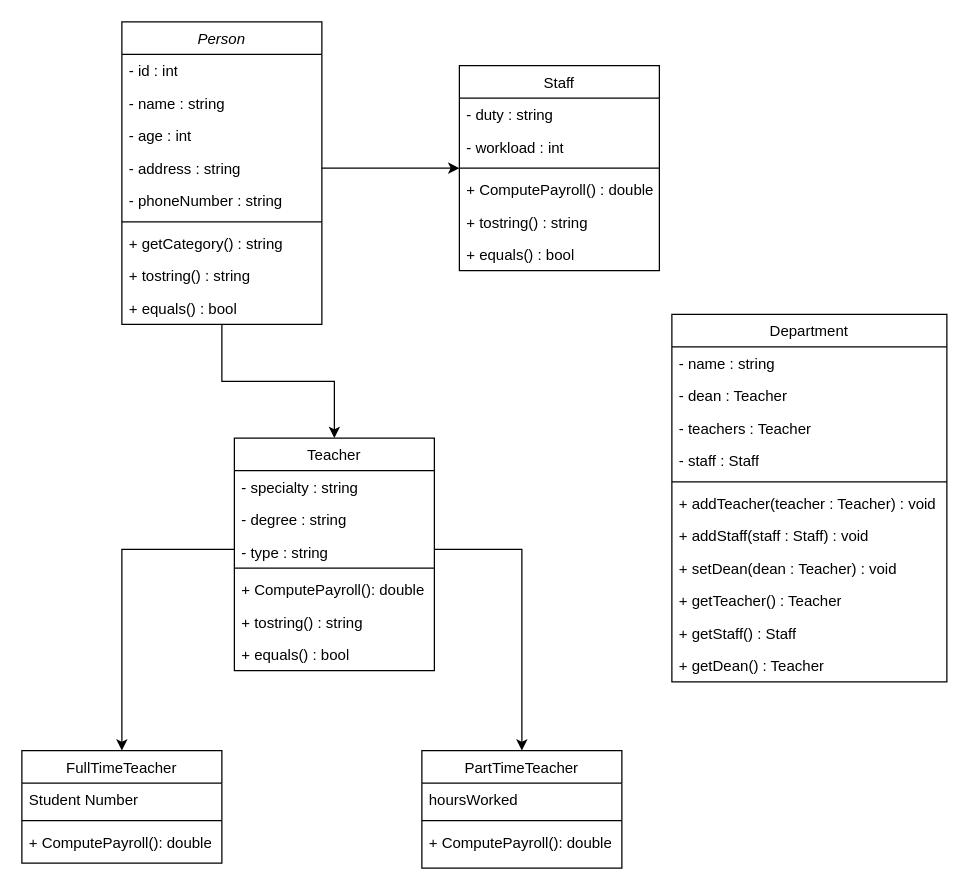
This is UML Diagram.drawio from WilliamAbrokwah/GitHub-Test, a draw.io file, before an edit. Source tidied: cells renumbered, new cells numbered last; positions are measured from the earlier drawing's top-left corner, leaving out a move shared by most shapes. Both pictures are drawn from the tidied source at 125%, with x=0, y=0 at pixel (21, 21).
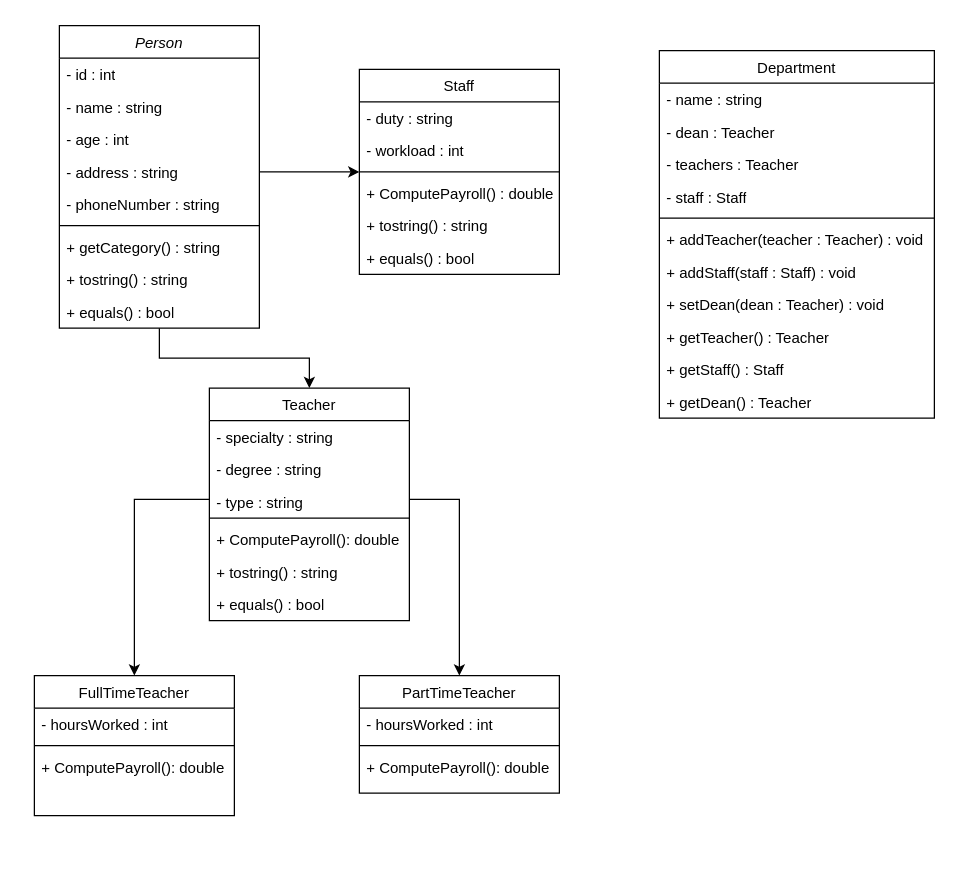
The same page after the edit.

What changed in the source:
```diff
@@
     <mxCell id="3" value="Person" style="swimlane;fontStyle=2;align=center;verticalAlign=top;horizontal=1;startSize=26;rounded=0;shadow=0;strokeWidth=1;" parent="1" vertex="1">
-      <mxGeometry x="80" width="160" height="242" as="geometry" />
+      <mxGeometry x="30" y="3" width="160" height="242" as="geometry" />
     </mxCell>
@@
     <mxCell id="13" value="Teacher" style="swimlane;fontStyle=0;align=center;verticalAlign=top;horizontal=1;startSize=26;rounded=0;shadow=0;strokeWidth=1;" parent="1" vertex="1">
-      <mxGeometry x="170" y="333" width="160" height="186" as="geometry" />
+      <mxGeometry x="150" y="293" width="160" height="186" as="geometry" />
     </mxCell>
@@
     <mxCell id="21" value="Staff" style="swimlane;fontStyle=0;align=center;verticalAlign=top;horizontal=1;startSize=26;rounded=0;shadow=0;strokeWidth=1;" parent="1" vertex="1">
-      <mxGeometry x="350" y="35" width="160" height="164" as="geometry" />
+      <mxGeometry x="270" y="38" width="160" height="164" as="geometry" />
     </mxCell>
@@
     <mxCell id="28" value="Department" style="swimlane;fontStyle=0;align=center;verticalAlign=top;horizontal=1;startSize=26;rounded=0;shadow=0;strokeWidth=1;" parent="1" vertex="1">
-      <mxGeometry x="520" y="234" width="220" height="294" as="geometry" />
+      <mxGeometry x="510" y="23" width="220" height="294" as="geometry" />
     </mxCell>
@@
     <mxCell id="40" value="FullTimeTeacher" style="swimlane;fontStyle=0;align=center;verticalAlign=top;horizontal=1;startSize=26;rounded=0;shadow=0;strokeWidth=1;" parent="1" vertex="1">
-      <mxGeometry y="583" width="160" height="90" as="geometry" />
+      <mxGeometry x="10" y="523" width="160" height="112" as="geometry" />
     </mxCell>
-    <mxCell id="41" value="Student Number" style="text;align=left;verticalAlign=top;spacingLeft=4;spacingRight=4;overflow=hidden;" parent="40" vertex="1">
-      <mxGeometry y="26" width="160" height="26" as="geometry" />
-    </mxCell>
+    <mxCell id="51" value="- hoursWorked : int" style="text;align=left;verticalAlign=top;spacingLeft=4;spacingRight=4;overflow=hidden;" parent="40" vertex="1">
+      <mxGeometry y="26" width="160" height="26" as="geometry" />
+    </mxCell>
@@
     <mxCell id="44" value="PartTimeTeacher" style="swimlane;fontStyle=0;align=center;verticalAlign=top;horizontal=1;startSize=26;rounded=0;shadow=0;strokeWidth=1;" parent="1" vertex="1">
-      <mxGeometry x="320" y="583" width="160" height="94" as="geometry" />
+      <mxGeometry x="270" y="523" width="160" height="94" as="geometry" />
     </mxCell>
-    <mxCell id="45" value="hoursWorked" style="text;align=left;verticalAlign=top;spacingLeft=4;spacingRight=4;overflow=hidden;" parent="44" vertex="1">
+    <mxCell id="45" value="- hoursWorked : int" style="text;align=left;verticalAlign=top;spacingLeft=4;spacingRight=4;overflow=hidden;" parent="44" vertex="1">
       <mxGeometry y="26" width="160" height="26" as="geometry" />
     </mxCell>
```
